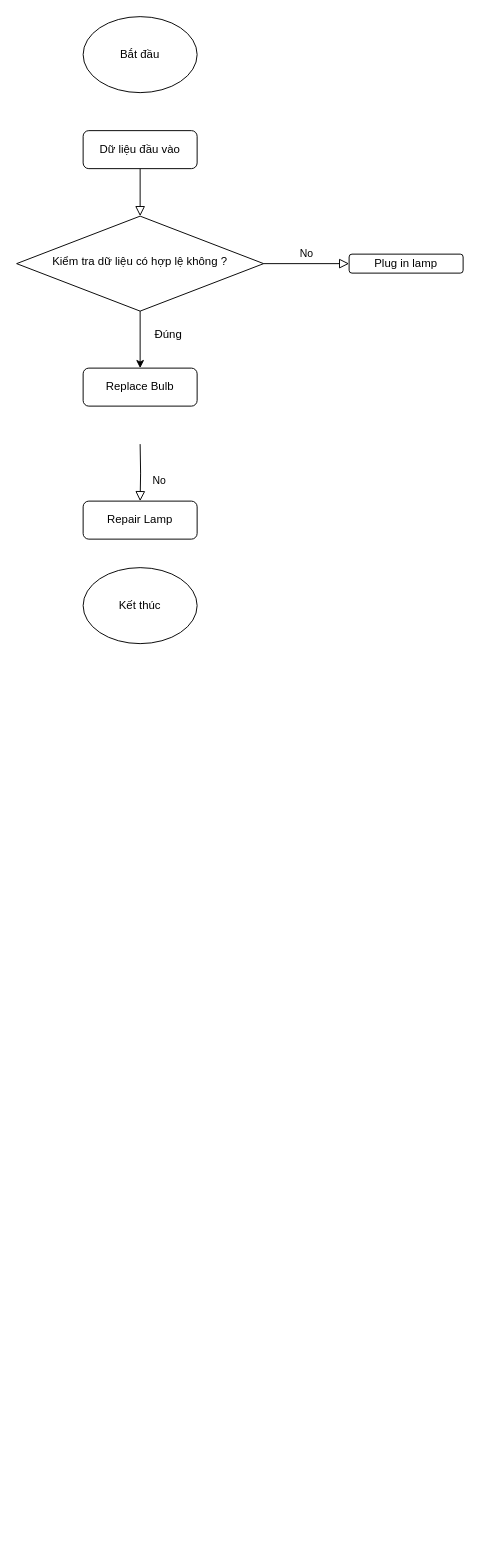
Before: Untitled Diagram.drawio in imvietp/Python_review, a draw.io diagram. Source tidied: cells renumbered, new cells numbered last; positions are measured from the earlier drawing's top-left corner, leaving out a move shared by most shapes. Both pictures are drawn from the tidied source at 95%, with x=0, y=0 at pixel (16, 16).
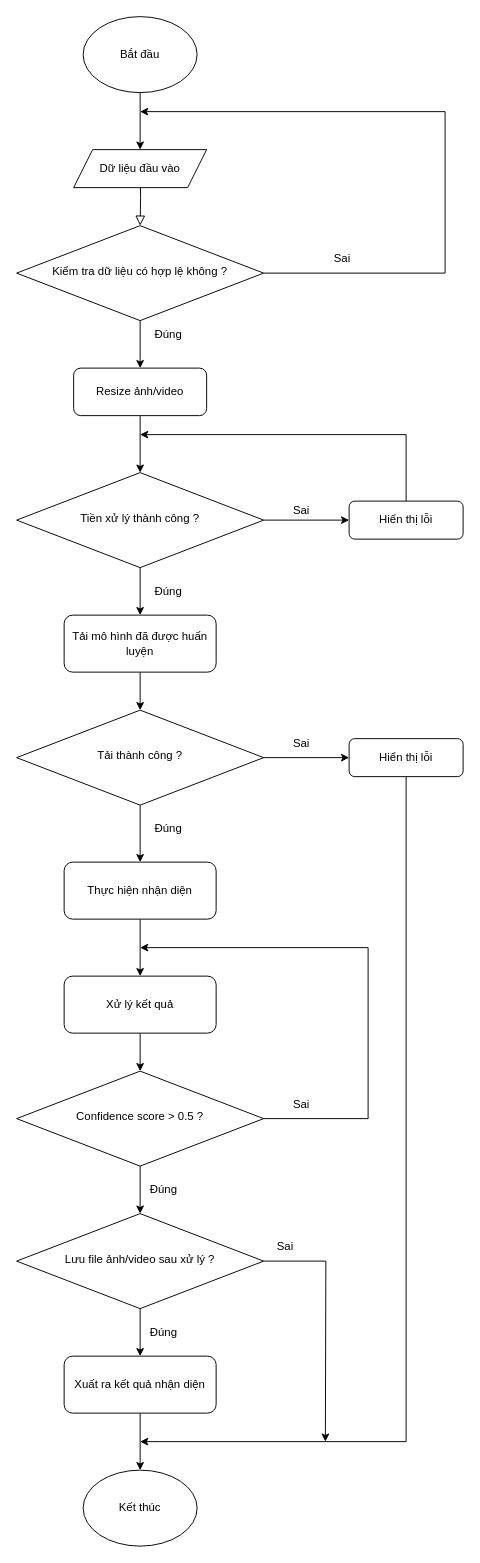
The same diagram, later.

Unchanged cells that the change refers to:
```xml
<mxCell id="11" value="Bắt đầu" style="ellipse;whiteSpace=wrap;html=1;" parent="1" vertex="1">
  <mxGeometry x="70" width="120" height="80" as="geometry" />
</mxCell>
```

Diff of the diagram source:
```diff
@@
-    <mxCell id="2" style="rounded=0;html=1;jettySize=auto;fontSize=11;endArrow=block;endFill=0;endSize=8;strokeWidth=1;shadow=0;labelBackgroundColor=none;edgeStyle=orthogonalEdgeStyle;" parent="1" edge="1" source="3" target="6">
-      <mxGeometry relative="1" as="geometry" />
+    <mxCell id="2" style="rounded=0;html=1;jettySize=auto;fontSize=11;endArrow=block;endFill=0;endSize=8;strokeWidth=1;shadow=0;labelBackgroundColor=none;edgeStyle=orthogonalEdgeStyle;" parent="1" edge="1" target="6">
+      <mxGeometry relative="1" as="geometry">
+        <mxPoint x="130" y="160" as="sourcePoint" />
+      </mxGeometry>
     </mxCell>
-    <mxCell id="3" value="Dữ liệu đầu vào" style="rounded=1;whiteSpace=wrap;html=1;fontSize=12;glass=0;strokeWidth=1;shadow=0;" parent="1" vertex="1">
-      <mxGeometry x="70" y="120" width="120" height="40" as="geometry" />
-    </mxCell>
-    <mxCell id="4" value="No" style="edgeStyle=orthogonalEdgeStyle;rounded=0;html=1;jettySize=auto;fontSize=11;endArrow=block;endFill=0;endSize=8;strokeWidth=1;shadow=0;labelBackgroundColor=none;" parent="1" edge="1" source="6" target="7">
-      <mxGeometry y="10" relative="1" as="geometry" />
-    </mxCell>
@@
+    <mxCell id="14" style="edgeStyle=orthogonalEdgeStyle;rounded=0;jettySize=auto;html=1;exitX=1;exitY=0.5;exitDx=0;exitDy=0;" parent="1" edge="1" source="6">
+      <mxGeometry relative="1" as="geometry">
+        <mxPoint x="130" y="100" as="targetPoint" />
+        <Array as="points">
+          <mxPoint x="451" y="270" />
+          <mxPoint x="451" y="100" />
+          <mxPoint x="130" y="100" />
+        </Array>
+      </mxGeometry>
+    </mxCell>
     <mxCell id="6" value="Kiểm tra dữ liệu có hợp lệ không ?" style="rhombus;whiteSpace=wrap;html=1;shadow=0;fontFamily=Helvetica;fontSize=12;align=center;strokeWidth=1;spacing=6;spacingTop=-4;" parent="1" vertex="1">
-      <mxGeometry y="210" width="260" height="100" as="geometry" />
+      <mxGeometry y="220" width="260" height="100" as="geometry" />
     </mxCell>
-    <mxCell id="7" value="Plug in lamp" style="rounded=1;whiteSpace=wrap;html=1;fontSize=12;glass=0;strokeWidth=1;shadow=0;" parent="1" vertex="1">
-      <mxGeometry x="350" y="250" width="120" height="20" as="geometry" />
-    </mxCell>
-    <mxCell id="8" value="No" style="rounded=0;html=1;jettySize=auto;fontSize=11;endArrow=block;endFill=0;endSize=8;strokeWidth=1;shadow=0;labelBackgroundColor=none;edgeStyle=orthogonalEdgeStyle;" parent="1" edge="1" target="9">
-      <mxGeometry x="0.33" y="20" relative="1" as="geometry">
-        <mxPoint x="130" y="450" as="sourcePoint" />
-      </mxGeometry>
-    </mxCell>
-    <mxCell id="9" value="Repair Lamp" style="rounded=1;whiteSpace=wrap;html=1;fontSize=12;glass=0;strokeWidth=1;shadow=0;" parent="1" vertex="1">
-      <mxGeometry x="70" y="510" width="120" height="40" as="geometry" />
-    </mxCell>
+    <mxCell id="15" style="edgeStyle=orthogonalEdgeStyle;rounded=0;jettySize=auto;html=1;" parent="1" edge="1" source="10" target="20">
+      <mxGeometry relative="1" as="geometry">
+        <Array as="points">
+          <mxPoint x="130" y="430" />
+          <mxPoint x="130" y="430" />
+        </Array>
+      </mxGeometry>
+    </mxCell>
-    <mxCell id="10" value="Replace Bulb" style="rounded=1;whiteSpace=wrap;html=1;fontSize=12;glass=0;strokeWidth=1;shadow=0;" parent="1" vertex="1">
-      <mxGeometry x="70" y="370" width="120" height="40" as="geometry" />
+    <mxCell id="10" value="Resize ảnh/video" style="rounded=1;whiteSpace=wrap;html=1;fontSize=12;glass=0;strokeWidth=1;shadow=0;" parent="1" vertex="1">
+      <mxGeometry x="60" y="370" width="140" height="50" as="geometry" />
     </mxCell>
+    <mxCell id="16" style="edgeStyle=orthogonalEdgeStyle;rounded=0;jettySize=auto;html=1;" parent="1" edge="1" source="11" target="3">
+      <mxGeometry relative="1" as="geometry" />
+    </mxCell>
@@
     <mxCell id="12" value="Kết thúc" style="ellipse;whiteSpace=wrap;html=1;" parent="1" vertex="1">
-      <mxGeometry x="70" y="580" width="120" height="80" as="geometry" />
+      <mxGeometry x="70" y="1530" width="120" height="80" as="geometry" />
     </mxCell>
@@
+    <mxCell id="17" value="Sai" style="text;html=1;align=center;verticalAlign=middle;whiteSpace=wrap;rounded=0;" parent="1" vertex="1">
+      <mxGeometry x="313" y="240" width="60" height="30" as="geometry" />
+    </mxCell>
+    <mxCell id="18" style="edgeStyle=orthogonalEdgeStyle;rounded=0;jettySize=auto;html=1;" parent="1" edge="1" source="20" target="24">
+      <mxGeometry relative="1" as="geometry" />
+    </mxCell>
+    <mxCell id="19" style="edgeStyle=orthogonalEdgeStyle;rounded=0;jettySize=auto;html=1;" parent="1" edge="1" source="20" target="22">
+      <mxGeometry relative="1" as="geometry" />
+    </mxCell>
+    <mxCell id="20" value="Tiền xử lý thành công ?" style="rhombus;whiteSpace=wrap;html=1;shadow=0;fontFamily=Helvetica;fontSize=12;align=center;strokeWidth=1;spacing=6;spacingTop=-4;" parent="1" vertex="1">
+      <mxGeometry y="480" width="260" height="100" as="geometry" />
+    </mxCell>
+    <mxCell id="21" style="edgeStyle=orthogonalEdgeStyle;rounded=0;jettySize=auto;html=1;" parent="1" edge="1" source="22" target="27">
+      <mxGeometry relative="1" as="geometry" />
+    </mxCell>
+    <mxCell id="22" value="Tải mô hình đã được huấn luyện" style="rounded=1;whiteSpace=wrap;html=1;fontSize=12;glass=0;strokeWidth=1;shadow=0;" parent="1" vertex="1">
+      <mxGeometry x="50" y="630" width="160" height="60" as="geometry" />
+    </mxCell>
+    <mxCell id="23" style="edgeStyle=orthogonalEdgeStyle;rounded=0;jettySize=auto;html=1;" parent="1" edge="1" source="24">
+      <mxGeometry relative="1" as="geometry">
+        <mxPoint x="130" y="440" as="targetPoint" />
+        <Array as="points">
+          <mxPoint x="410" y="440" />
+        </Array>
+      </mxGeometry>
+    </mxCell>
+    <mxCell id="24" value="Hiển thị lỗi" style="rounded=1;whiteSpace=wrap;html=1;fontSize=12;glass=0;strokeWidth=1;shadow=0;" parent="1" vertex="1">
+      <mxGeometry x="350" y="510" width="120" height="40" as="geometry" />
+    </mxCell>
+    <mxCell id="25" style="edgeStyle=orthogonalEdgeStyle;rounded=0;jettySize=auto;html=1;" parent="1" edge="1" source="27" target="29">
+      <mxGeometry relative="1" as="geometry" />
+    </mxCell>
+    <mxCell id="26" style="edgeStyle=orthogonalEdgeStyle;rounded=0;jettySize=auto;html=1;" parent="1" edge="1" source="27" target="35">
+      <mxGeometry relative="1" as="geometry" />
+    </mxCell>
+    <mxCell id="27" value="Tải thành công ?" style="rhombus;whiteSpace=wrap;html=1;shadow=0;fontFamily=Helvetica;fontSize=12;align=center;strokeWidth=1;spacing=6;spacingTop=-4;" parent="1" vertex="1">
+      <mxGeometry y="730" width="260" height="100" as="geometry" />
+    </mxCell>
+    <mxCell id="28" style="edgeStyle=orthogonalEdgeStyle;rounded=0;orthogonalLoop=1;jettySize=auto;html=1;" parent="1" edge="1">
+      <mxGeometry relative="1" as="geometry">
+        <mxPoint x="410" y="790" as="sourcePoint" />
+        <mxPoint x="130" y="1500" as="targetPoint" />
+        <Array as="points">
+          <mxPoint x="410" y="1500" />
+          <mxPoint x="150" y="1500" />
+        </Array>
+      </mxGeometry>
+    </mxCell>
+    <mxCell id="29" value="Hiển thị lỗi" style="rounded=1;whiteSpace=wrap;html=1;fontSize=12;glass=0;strokeWidth=1;shadow=0;" parent="1" vertex="1">
+      <mxGeometry x="350" y="760" width="120" height="40" as="geometry" />
+    </mxCell>
+    <mxCell id="30" value="Đúng" style="text;html=1;align=center;verticalAlign=middle;whiteSpace=wrap;rounded=0;" parent="1" vertex="1">
+      <mxGeometry x="130" y="590" width="60" height="30" as="geometry" />
+    </mxCell>
+    <mxCell id="31" value="Đúng" style="text;html=1;align=center;verticalAlign=middle;whiteSpace=wrap;rounded=0;" parent="1" vertex="1">
+      <mxGeometry x="130" y="840" width="60" height="30" as="geometry" />
+    </mxCell>
+    <mxCell id="32" value="Sai" style="text;html=1;align=center;verticalAlign=middle;whiteSpace=wrap;rounded=0;" parent="1" vertex="1">
+      <mxGeometry x="270" y="505" width="60" height="30" as="geometry" />
+    </mxCell>
+    <mxCell id="33" value="Sai" style="text;html=1;align=center;verticalAlign=middle;whiteSpace=wrap;rounded=0;" parent="1" vertex="1">
+      <mxGeometry x="270" y="750" width="60" height="30" as="geometry" />
+    </mxCell>
+    <mxCell id="34" style="edgeStyle=orthogonalEdgeStyle;rounded=0;jettySize=auto;html=1;" parent="1" edge="1" source="35" target="44">
+      <mxGeometry relative="1" as="geometry" />
+    </mxCell>
+    <mxCell id="35" value="Thực hiện nhận diện" style="rounded=1;whiteSpace=wrap;html=1;fontSize=12;glass=0;strokeWidth=1;shadow=0;" parent="1" vertex="1">
+      <mxGeometry x="50" y="890" width="160" height="60" as="geometry" />
+    </mxCell>
+    <mxCell id="36" style="edgeStyle=orthogonalEdgeStyle;rounded=0;jettySize=auto;html=1;" parent="1" edge="1" source="38" target="40">
+      <mxGeometry relative="1" as="geometry" />
+    </mxCell>
+    <mxCell id="37" style="edgeStyle=orthogonalEdgeStyle;rounded=0;jettySize=auto;html=1;exitX=1;exitY=0.5;exitDx=0;exitDy=0;" parent="1" edge="1" source="38">
+      <mxGeometry relative="1" as="geometry">
+        <mxPoint x="325" y="1500" as="targetPoint" />
+      </mxGeometry>
+    </mxCell>
+    <mxCell id="38" value="Lưu file ảnh/video sau xử lý ?" style="rhombus;whiteSpace=wrap;html=1;shadow=0;fontFamily=Helvetica;fontSize=12;align=center;strokeWidth=1;spacing=6;spacingTop=-4;" parent="1" vertex="1">
+      <mxGeometry y="1260" width="260" height="100" as="geometry" />
+    </mxCell>
+    <mxCell id="39" style="edgeStyle=orthogonalEdgeStyle;rounded=0;jettySize=auto;html=1;" parent="1" edge="1" source="40" target="12">
+      <mxGeometry relative="1" as="geometry" />
+    </mxCell>
+    <mxCell id="40" value="Xuất ra kết quả nhận diện" style="rounded=1;whiteSpace=wrap;html=1;fontSize=12;glass=0;strokeWidth=1;shadow=0;" parent="1" vertex="1">
+      <mxGeometry x="50" y="1410" width="160" height="60" as="geometry" />
+    </mxCell>
+    <mxCell id="41" value="Sai" style="text;html=1;align=center;verticalAlign=middle;whiteSpace=wrap;rounded=0;" parent="1" vertex="1">
+      <mxGeometry x="253" y="1280" width="60" height="30" as="geometry" />
+    </mxCell>
+    <mxCell id="42" value="Đúng" style="text;html=1;align=center;verticalAlign=middle;whiteSpace=wrap;rounded=0;" parent="1" vertex="1">
+      <mxGeometry x="124.8" y="1370" width="60" height="30" as="geometry" />
+    </mxCell>
+    <mxCell id="3" value="Dữ liệu đầu vào" style="shape=parallelogram;perimeter=parallelogramPerimeter;whiteSpace=wrap;html=1;fixedSize=1;" parent="1" vertex="1">
+      <mxGeometry x="60" y="140" width="140" height="40" as="geometry" />
+    </mxCell>
+    <mxCell id="43" style="edgeStyle=orthogonalEdgeStyle;rounded=0;jettySize=auto;html=1;" parent="1" edge="1" source="44" target="47">
+      <mxGeometry relative="1" as="geometry" />
+    </mxCell>
+    <mxCell id="44" value="Xử lý kết quả" style="rounded=1;whiteSpace=wrap;html=1;fontSize=12;glass=0;strokeWidth=1;shadow=0;" parent="1" vertex="1">
+      <mxGeometry x="50" y="1010" width="160" height="60" as="geometry" />
+    </mxCell>
+    <mxCell id="45" style="edgeStyle=orthogonalEdgeStyle;rounded=0;jettySize=auto;html=1;" parent="1" edge="1" source="47" target="38">
+      <mxGeometry relative="1" as="geometry" />
+    </mxCell>
+    <mxCell id="46" style="edgeStyle=orthogonalEdgeStyle;rounded=0;jettySize=auto;html=1;" parent="1" edge="1" source="47">
+      <mxGeometry relative="1" as="geometry">
+        <mxPoint x="130" y="980" as="targetPoint" />
+        <Array as="points">
+          <mxPoint x="370" y="1160" />
+          <mxPoint x="370" y="980" />
+        </Array>
+      </mxGeometry>
+    </mxCell>
+    <mxCell id="47" value="Confidence score &amp;gt; 0.5 ?" style="rhombus;whiteSpace=wrap;html=1;shadow=0;fontFamily=Helvetica;fontSize=12;align=center;strokeWidth=1;spacing=6;spacingTop=-4;" parent="1" vertex="1">
+      <mxGeometry y="1110" width="260" height="100" as="geometry" />
+    </mxCell>
+    <mxCell id="48" value="Đúng" style="text;html=1;align=center;verticalAlign=middle;whiteSpace=wrap;rounded=0;" parent="1" vertex="1">
+      <mxGeometry x="124.8" y="1220" width="60" height="30" as="geometry" />
+    </mxCell>
+    <mxCell id="49" value="Sai" style="text;html=1;align=center;verticalAlign=middle;whiteSpace=wrap;rounded=0;" parent="1" vertex="1">
+      <mxGeometry x="270" y="1130" width="60" height="30" as="geometry" />
+    </mxCell>
```
